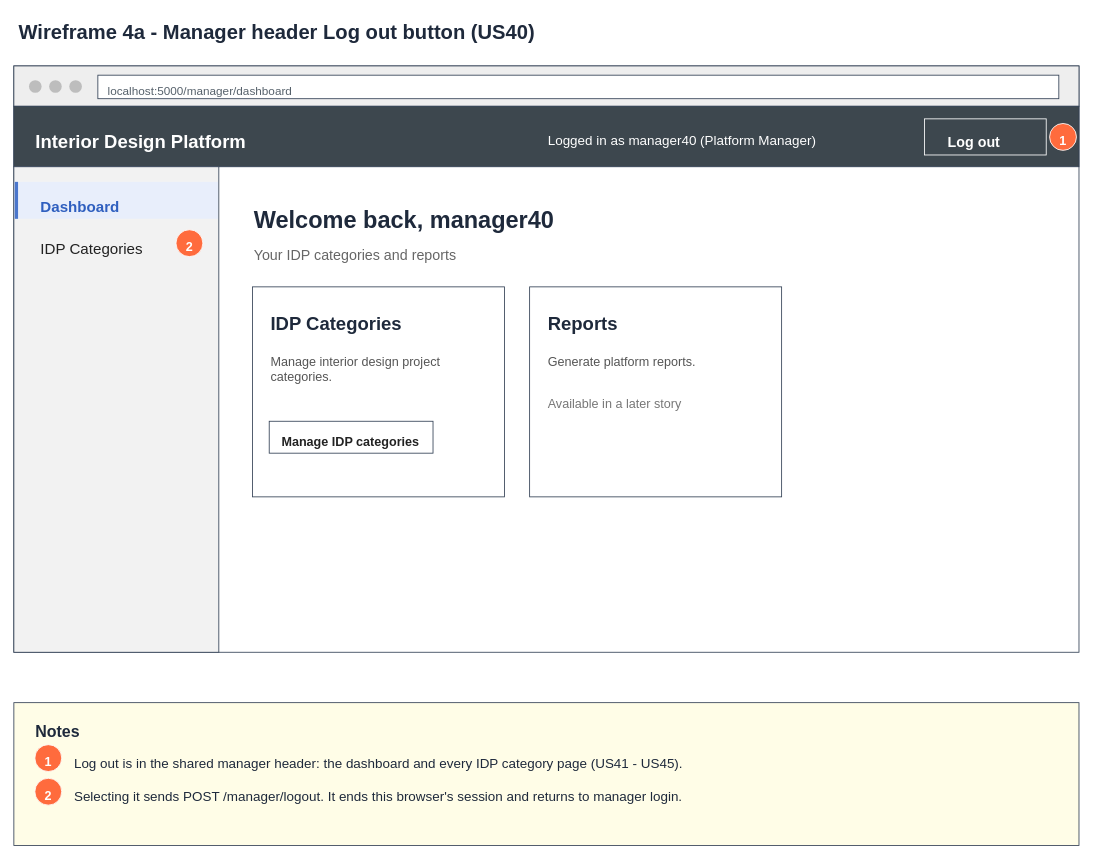
The draw.io diagram page "4a Wireframe - Logout button" (2 of 7) of Sprint_2/US40 - Platform Manager Log out/US40 Platform manager log out.drawio in Hanzxc/CSIT314-ARCHSS, before the edit. Source tidied: cells renumbered, new cells numbered last; positions are measured from the earlier drawing's top-left corner, leaving out a move shared by most shapes. Both pictures are drawn from the tidied source at 84%, with x=0, y=0 at pixel (13, 13).
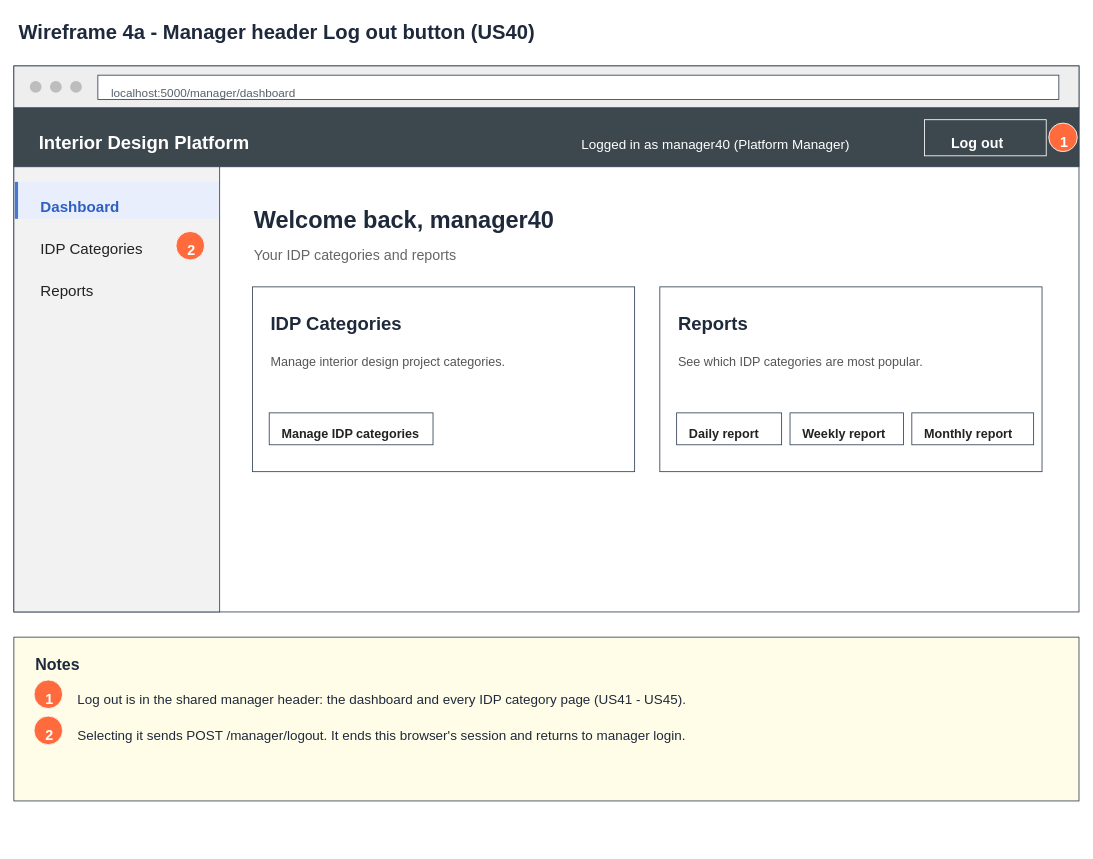
After the change.

Diff of the diagram source:
```diff
@@
     <mxCell id="2" value="Wireframe 4a - Manager header Log out button (US40)" style="text;html=0;align=left;verticalAlign=top;fontSize=24;fontStyle=1;fontColor=#1e293b;" parent="1" vertex="1">
-      <mxGeometry x="4" width="1250" height="36" as="geometry" />
+      <mxGeometry x="4" y="1" width="900" height="31" as="geometry" />
     </mxCell>
     <mxCell id="3" style="rounded=0;whiteSpace=wrap;fillColor=#ffffff;strokeColor=#334155;" parent="1" vertex="1">
-      <mxGeometry y="62" width="1268" height="698" as="geometry" />
+      <mxGeometry y="62" width="1268" height="650" as="geometry" />
     </mxCell>
     <mxCell id="4" style="rounded=0;whiteSpace=wrap;fillColor=#eeeeee;strokeColor=#334155;" parent="1" vertex="1">
-      <mxGeometry y="62" width="1268" height="48" as="geometry" />
+      <mxGeometry y="62" width="1268" height="50" as="geometry" />
     </mxCell>
     <mxCell id="5" style="ellipse;fillColor=#bdbdbd;strokeColor=none;" parent="1" vertex="1">
-      <mxGeometry x="18" y="79" width="15" height="15" as="geometry" />
+      <mxGeometry x="19" y="80" width="14" height="14" as="geometry" />
     </mxCell>
     <mxCell id="6" style="ellipse;fillColor=#bdbdbd;strokeColor=none;" parent="1" vertex="1">
-      <mxGeometry x="42" y="79" width="15" height="15" as="geometry" />
+      <mxGeometry x="43" y="80" width="14" height="14" as="geometry" />
     </mxCell>
     <mxCell id="7" style="ellipse;fillColor=#bdbdbd;strokeColor=none;" parent="1" vertex="1">
-      <mxGeometry x="66" y="79" width="15" height="15" as="geometry" />
+      <mxGeometry x="67" y="80" width="14" height="14" as="geometry" />
     </mxCell>
     <mxCell id="8" style="rounded=0;whiteSpace=wrap;fillColor=#ffffff;strokeColor=#334155;" parent="1" vertex="1">
-      <mxGeometry x="100" y="73" width="1144" height="28" as="geometry" />
+      <mxGeometry x="100" y="73" width="1144" height="29" as="geometry" />
     </mxCell>
     <mxCell id="9" value="localhost:5000/manager/dashboard" style="text;html=0;align=left;verticalAlign=top;fontSize=14;fontStyle=0;fontColor=#56616b;" parent="1" vertex="1">
-      <mxGeometry x="110" y="77" width="233" height="23" as="geometry" />
+      <mxGeometry x="114" y="79" width="900" height="21" as="geometry" />
     </mxCell>
     <mxCell id="10" style="rounded=0;whiteSpace=wrap;fillColor=#3d474e;strokeColor=#334155;" parent="1" vertex="1">
-      <mxGeometry y="110" width="1268" height="72" as="geometry" />
+      <mxGeometry y="112" width="1268" height="70" as="geometry" />
     </mxCell>
     <mxCell id="11" value="Interior Design Platform" style="text;html=0;align=left;verticalAlign=top;fontSize=22;fontStyle=1;fontColor=#ffffff;" parent="1" vertex="1">
-      <mxGeometry x="24" y="132" width="256" height="34" as="geometry" />
+      <mxGeometry x="28" y="133" width="900" height="29" as="geometry" />
     </mxCell>
     <mxCell id="12" value="Logged in as manager40 (Platform Manager)" style="text;html=0;align=left;verticalAlign=top;fontSize=16;fontStyle=0;fontColor=#ffffff;" parent="1" vertex="1">
-      <mxGeometry x="634" y="135" width="325" height="26" as="geometry" />
+      <mxGeometry x="674" y="139" width="400" height="23" as="geometry" />
     </mxCell>
     <mxCell id="13" style="rounded=0;whiteSpace=wrap;fillColor=#3d474e;strokeColor=#ffffff;" parent="1" vertex="1">
-      <mxGeometry x="1084" y="125" width="145" height="43" as="geometry" />
+      <mxGeometry x="1084" y="126" width="145" height="43" as="geometry" />
     </mxCell>
     <mxCell id="14" value="Log out" style="text;html=0;align=left;verticalAlign=top;fontSize=17;fontStyle=1;fontColor=#ffffff;" parent="1" vertex="1">
-      <mxGeometry x="1110" y="136" width="69" height="27" as="geometry" />
+      <mxGeometry x="1114" y="137" width="115" height="24" as="geometry" />
     </mxCell>
     <mxCell id="15" style="rounded=0;whiteSpace=wrap;fillColor=#f2f2f2;strokeColor=#334155;" parent="1" vertex="1">
-      <mxGeometry y="182" width="244" height="578" as="geometry" />
+      <mxGeometry y="182" width="245" height="530" as="geometry" />
     </mxCell>
     <mxCell id="16" style="rounded=0;whiteSpace=wrap;fillColor=#e8eefb;strokeColor=none;" parent="1" vertex="1">
-      <mxGeometry x="1" y="200" width="242" height="44" as="geometry" />
+      <mxGeometry x="1" y="200" width="243" height="44" as="geometry" />
     </mxCell>
@@
     <mxCell id="18" value="Dashboard" style="text;html=0;align=left;verticalAlign=top;fontSize=18;fontStyle=1;fontColor=#2f5fbf;" parent="1" vertex="1">
-      <mxGeometry x="30" y="212" width="102" height="28" as="geometry" />
+      <mxGeometry x="30" y="212" width="200" height="28" as="geometry" />
     </mxCell>
     <mxCell id="19" value="IDP Categories" style="text;html=0;align=left;verticalAlign=top;fontSize=18;fontStyle=0;fontColor=#222222;" parent="1" vertex="1">
-      <mxGeometry x="30" y="262" width="130" height="28" as="geometry" />
+      <mxGeometry x="30" y="262" width="200" height="28" as="geometry" />
     </mxCell>
-    <mxCell id="20" value="Welcome back, manager40" style="text;html=0;align=left;verticalAlign=top;fontSize=28;fontStyle=1;fontColor=#1e293b;" parent="1" vertex="1">
-      <mxGeometry x="284" y="222" width="371" height="42" as="geometry" />
+    <mxCell id="20" value="Reports" style="text;html=0;align=left;verticalAlign=top;fontSize=18;fontStyle=0;fontColor=#222222;" parent="1" vertex="1">
+      <mxGeometry x="30" y="312" width="200" height="28" as="geometry" />
     </mxCell>
-    <mxCell id="21" value="Your IDP categories and reports" style="text;html=0;align=left;verticalAlign=top;fontSize=17;fontStyle=0;fontColor=#666666;" parent="1" vertex="1">
-      <mxGeometry x="284" y="270" width="249" height="27" as="geometry" />
+    <mxCell id="21" value="Welcome back, manager40" style="text;html=0;align=left;verticalAlign=top;fontSize=28;fontStyle=1;fontColor=#1e293b;" parent="1" vertex="1">
+      <mxGeometry x="284" y="222" width="900" height="35" as="geometry" />
     </mxCell>
-    <mxCell id="22" style="rounded=0;whiteSpace=wrap;fillColor=#ffffff;strokeColor=#334155;" parent="1" vertex="1">
-      <mxGeometry x="284" y="325" width="300" height="250" as="geometry" />
+    <mxCell id="22" value="Your IDP categories and reports" style="text;html=0;align=left;verticalAlign=top;fontSize=17;fontStyle=0;fontColor=#666666;" parent="1" vertex="1">
+      <mxGeometry x="284" y="270" width="900" height="24" as="geometry" />
     </mxCell>
-    <mxCell id="23" value="IDP Categories" style="text;html=0;align=left;verticalAlign=top;fontSize=22;fontStyle=1;fontColor=#1e293b;" parent="1" vertex="1">
-      <mxGeometry x="304" y="349" width="163" height="34" as="geometry" />
+    <mxCell id="23" style="rounded=0;whiteSpace=wrap;fillColor=#ffffff;strokeColor=#334155;" parent="1" vertex="1">
+      <mxGeometry x="284" y="325" width="455" height="220" as="geometry" />
     </mxCell>
-    <mxCell id="24" value="Manage interior design project&#10;categories." style="text;html=0;align=left;verticalAlign=top;fontSize=15;fontStyle=0;fontColor=#555555;" parent="1" vertex="1">
-      <mxGeometry x="304" y="399" width="270" height="44" as="geometry" />
+    <mxCell id="24" value="IDP Categories" style="text;html=0;align=left;verticalAlign=top;fontSize=22;fontStyle=1;fontColor=#1e293b;" parent="1" vertex="1">
+      <mxGeometry x="304" y="349" width="400" height="34" as="geometry" />
     </mxCell>
-    <mxCell id="25" style="rounded=0;whiteSpace=wrap;fillColor=#ffffff;strokeColor=#334155;" parent="1" vertex="1">
-      <mxGeometry x="304" y="485" width="195" height="38" as="geometry" />
+    <mxCell id="25" value="Manage interior design project categories." style="text;html=0;align=left;verticalAlign=top;fontSize=15;fontStyle=0;fontColor=#555555;" parent="1" vertex="1">
+      <mxGeometry x="304" y="399" width="415" height="24" as="geometry" />
     </mxCell>
-    <mxCell id="26" value="Manage IDP categories" style="text;html=0;align=left;verticalAlign=top;fontSize=15;fontStyle=1;fontColor=#222222;" parent="1" vertex="1">
-      <mxGeometry x="317" y="494" width="169" height="24" as="geometry" />
+    <mxCell id="26" style="rounded=0;whiteSpace=wrap;fillColor=#ffffff;strokeColor=#334155;" parent="1" vertex="1">
+      <mxGeometry x="304" y="475" width="195" height="38" as="geometry" />
     </mxCell>
-    <mxCell id="27" style="rounded=0;whiteSpace=wrap;fillColor=#ffffff;strokeColor=#334155;" parent="1" vertex="1">
-      <mxGeometry x="614" y="325" width="300" height="250" as="geometry" />
+    <mxCell id="27" value="Manage IDP categories" style="text;html=0;align=left;verticalAlign=top;fontSize=15;fontStyle=1;fontColor=#222222;" parent="1" vertex="1">
+      <mxGeometry x="317" y="484" width="179" height="24" as="geometry" />
     </mxCell>
-    <mxCell id="28" value="Reports" style="text;html=0;align=left;verticalAlign=top;fontSize=22;fontStyle=1;fontColor=#1e293b;" parent="1" vertex="1">
-      <mxGeometry x="634" y="349" width="90" height="34" as="geometry" />
+    <mxCell id="28" style="rounded=0;whiteSpace=wrap;fillColor=#ffffff;strokeColor=#334155;" parent="1" vertex="1">
+      <mxGeometry x="769" y="325" width="455" height="220" as="geometry" />
     </mxCell>
-    <mxCell id="29" value="Generate platform reports." style="text;html=0;align=left;verticalAlign=top;fontSize=15;fontStyle=0;fontColor=#555555;" parent="1" vertex="1">
-      <mxGeometry x="634" y="399" width="270" height="24" as="geometry" />
+    <mxCell id="29" value="Reports" style="text;html=0;align=left;verticalAlign=top;fontSize=22;fontStyle=1;fontColor=#1e293b;" parent="1" vertex="1">
+      <mxGeometry x="789" y="349" width="400" height="34" as="geometry" />
     </mxCell>
-    <mxCell id="30" value="Available in a later story" style="text;html=0;align=left;verticalAlign=top;fontSize=15;fontStyle=0;fontColor=#777777;" parent="1" vertex="1">
-      <mxGeometry x="634" y="449" width="163" height="24" as="geometry" />
+    <mxCell id="30" value="See which IDP categories are most popular." style="text;html=0;align=left;verticalAlign=top;fontSize=15;fontStyle=0;fontColor=#555555;" parent="1" vertex="1">
+      <mxGeometry x="789" y="399" width="415" height="24" as="geometry" />
     </mxCell>
-    <mxCell id="31" style="ellipse;fillColor=#ff6b3d;strokeColor=#ffffff;" parent="1" vertex="1">
-      <mxGeometry x="1233" y="130.5" width="32" height="32" as="geometry" />
+    <mxCell id="31" style="rounded=0;whiteSpace=wrap;fillColor=#ffffff;strokeColor=#334155;" parent="1" vertex="1">
+      <mxGeometry x="789" y="475" width="125" height="38" as="geometry" />
     </mxCell>
-    <mxCell id="32" value="1" style="text;html=0;align=left;verticalAlign=top;fontSize=15;fontStyle=1;fontColor=#ffffff;" parent="1" vertex="1">
-      <mxGeometry x="1243" y="135.5" width="16" height="24" as="geometry" />
+    <mxCell id="32" value="Daily report" style="text;html=0;align=left;verticalAlign=top;fontSize=15;fontStyle=1;fontColor=#222222;" parent="1" vertex="1">
+      <mxGeometry x="802" y="484" width="109" height="24" as="geometry" />
     </mxCell>
-    <mxCell id="33" style="ellipse;fillColor=#ff6b3d;strokeColor=#ffffff;" parent="1" vertex="1">
-      <mxGeometry x="193" y="257" width="32" height="32" as="geometry" />
+    <mxCell id="33" style="rounded=0;whiteSpace=wrap;fillColor=#ffffff;strokeColor=#334155;" parent="1" vertex="1">
+      <mxGeometry x="924" y="475" width="135" height="38" as="geometry" />
     </mxCell>
-    <mxCell id="34" value="2" style="text;html=0;align=left;verticalAlign=top;fontSize=15;fontStyle=1;fontColor=#ffffff;" parent="1" vertex="1">
-      <mxGeometry x="203" y="262" width="16" height="24" as="geometry" />
+    <mxCell id="34" value="Weekly report" style="text;html=0;align=left;verticalAlign=top;fontSize=15;fontStyle=1;fontColor=#222222;" parent="1" vertex="1">
+      <mxGeometry x="937" y="484" width="119" height="24" as="geometry" />
     </mxCell>
-    <mxCell id="35" style="rounded=0;whiteSpace=wrap;fillColor=#fffde7;strokeColor=#334155;" parent="1" vertex="1">
-      <mxGeometry y="820" width="1268" height="170" as="geometry" />
+    <mxCell id="35" style="rounded=0;whiteSpace=wrap;fillColor=#ffffff;strokeColor=#334155;" parent="1" vertex="1">
+      <mxGeometry x="1069" y="475" width="145" height="38" as="geometry" />
     </mxCell>
-    <mxCell id="36" value="Notes" style="text;html=0;align=left;verticalAlign=top;fontSize=19;fontStyle=1;fontColor=#1e293b;" parent="1" vertex="1">
-      <mxGeometry x="24" y="836" width="62" height="30" as="geometry" />
+    <mxCell id="36" value="Monthly report" style="text;html=0;align=left;verticalAlign=top;fontSize=15;fontStyle=1;fontColor=#222222;" parent="1" vertex="1">
+      <mxGeometry x="1082" y="484" width="129" height="24" as="geometry" />
     </mxCell>
     <mxCell id="37" style="ellipse;fillColor=#ff6b3d;strokeColor=#ffffff;" parent="1" vertex="1">
-      <mxGeometry x="25" y="870" width="32" height="32" as="geometry" />
+      <mxGeometry x="1232" y="130" width="34" height="34" as="geometry" />
     </mxCell>
-    <mxCell id="38" value="1" style="text;html=0;align=left;verticalAlign=top;fontSize=15;fontStyle=1;fontColor=#ffffff;" parent="1" vertex="1">
-      <mxGeometry x="35" y="875" width="16" height="24" as="geometry" />
+    <mxCell id="38" value="1" style="text;html=0;align=left;verticalAlign=top;fontSize=17;fontStyle=1;fontColor=#ffffff;" parent="1" vertex="1">
+      <mxGeometry x="1244" y="136" width="20" height="24" as="geometry" />
     </mxCell>
-    <mxCell id="39" value="Log out is in the shared manager header: the dashboard and every IDP category page (US41 - US45)." style="text;html=0;align=left;verticalAlign=top;fontSize=16;fontStyle=0;fontColor=#1e293b;" parent="1" vertex="1">
-      <mxGeometry x="70" y="876" width="727" height="26" as="geometry" />
+    <mxCell id="39" style="ellipse;fillColor=#ff6b3d;strokeColor=#ffffff;" parent="1" vertex="1">
+      <mxGeometry x="193" y="259" width="34" height="34" as="geometry" />
     </mxCell>
-    <mxCell id="40" style="ellipse;fillColor=#ff6b3d;strokeColor=#ffffff;" parent="1" vertex="1">
-      <mxGeometry x="25" y="910" width="32" height="32" as="geometry" />
+    <mxCell id="40" value="2" style="text;html=0;align=left;verticalAlign=top;fontSize=17;fontStyle=1;fontColor=#ffffff;" parent="1" vertex="1">
+      <mxGeometry x="205" y="265" width="20" height="24" as="geometry" />
     </mxCell>
-    <mxCell id="41" value="2" style="text;html=0;align=left;verticalAlign=top;fontSize=15;fontStyle=1;fontColor=#ffffff;" parent="1" vertex="1">
-      <mxGeometry x="35" y="915" width="16" height="24" as="geometry" />
+    <mxCell id="41" style="rounded=0;whiteSpace=wrap;fillColor=#fffde7;strokeColor=#334155;" parent="1" vertex="1">
+      <mxGeometry y="742" width="1268" height="195" as="geometry" />
     </mxCell>
-    <mxCell id="42" value="Selecting it sends POST /manager/logout. It ends this browser's session and returns to manager login." style="text;html=0;align=left;verticalAlign=top;fontSize=16;fontStyle=0;fontColor=#1e293b;" parent="1" vertex="1">
-      <mxGeometry x="70" y="916" width="727" height="26" as="geometry" />
+    <mxCell id="42" value="Notes" style="text;html=0;align=left;verticalAlign=top;fontSize=19;fontStyle=1;fontColor=#1e293b;" parent="1" vertex="1">
+      <mxGeometry x="24" y="757" width="900" height="26" as="geometry" />
     </mxCell>
+    <mxCell id="43" style="ellipse;fillColor=#ff6b3d;strokeColor=#ffffff;" parent="1" vertex="1">
+      <mxGeometry x="24" y="793" width="34" height="34" as="geometry" />
+    </mxCell>
+    <mxCell id="44" value="1" style="text;html=0;align=left;verticalAlign=top;fontSize=17;fontStyle=1;fontColor=#ffffff;" parent="1" vertex="1">
+      <mxGeometry x="36" y="799" width="20" height="24" as="geometry" />
+    </mxCell>
+    <mxCell id="45" value="Log out is in the shared manager header: the dashboard and every IDP category page (US41 - US45)." style="text;html=0;align=left;verticalAlign=top;fontSize=16;fontStyle=0;fontColor=#1e293b;" parent="1" vertex="1">
+      <mxGeometry x="74" y="800" width="1180" height="23" as="geometry" />
+    </mxCell>
+    <mxCell id="46" style="ellipse;fillColor=#ff6b3d;strokeColor=#ffffff;" parent="1" vertex="1">
+      <mxGeometry x="24" y="836" width="34" height="34" as="geometry" />
+    </mxCell>
+    <mxCell id="47" value="2" style="text;html=0;align=left;verticalAlign=top;fontSize=17;fontStyle=1;fontColor=#ffffff;" parent="1" vertex="1">
+      <mxGeometry x="36" y="842" width="20" height="24" as="geometry" />
+    </mxCell>
+    <mxCell id="48" value="Selecting it sends POST /manager/logout. It ends this browser's session and returns to manager login." style="text;html=0;align=left;verticalAlign=top;fontSize=16;fontStyle=0;fontColor=#1e293b;" parent="1" vertex="1">
+      <mxGeometry x="74" y="843" width="1180" height="23" as="geometry" />
+    </mxCell>
```
